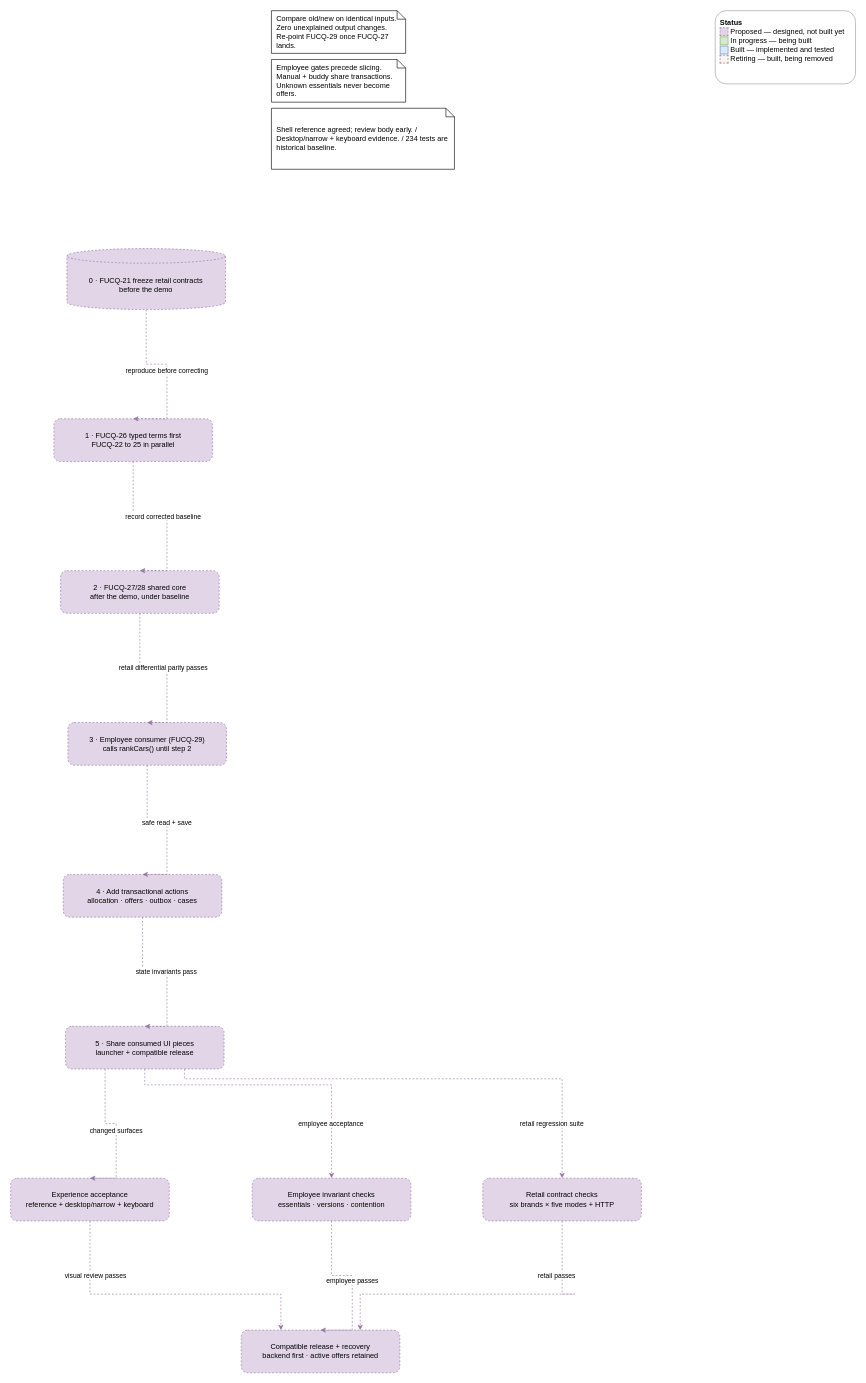
Above: page "04 Migration and regression protection" (7 of 12) of docs/design/high-level-design.drawio in garyscarter-ibm/vehicle-matcher (draw.io), before the change. Source tidied: cells renumbered, new cells numbered last; positions are measured from the earlier drawing's top-left corner, leaving out a move shared by most shapes. Both pictures are drawn from the tidied source at 61%, with x=0, y=0 at pixel (10, 10).
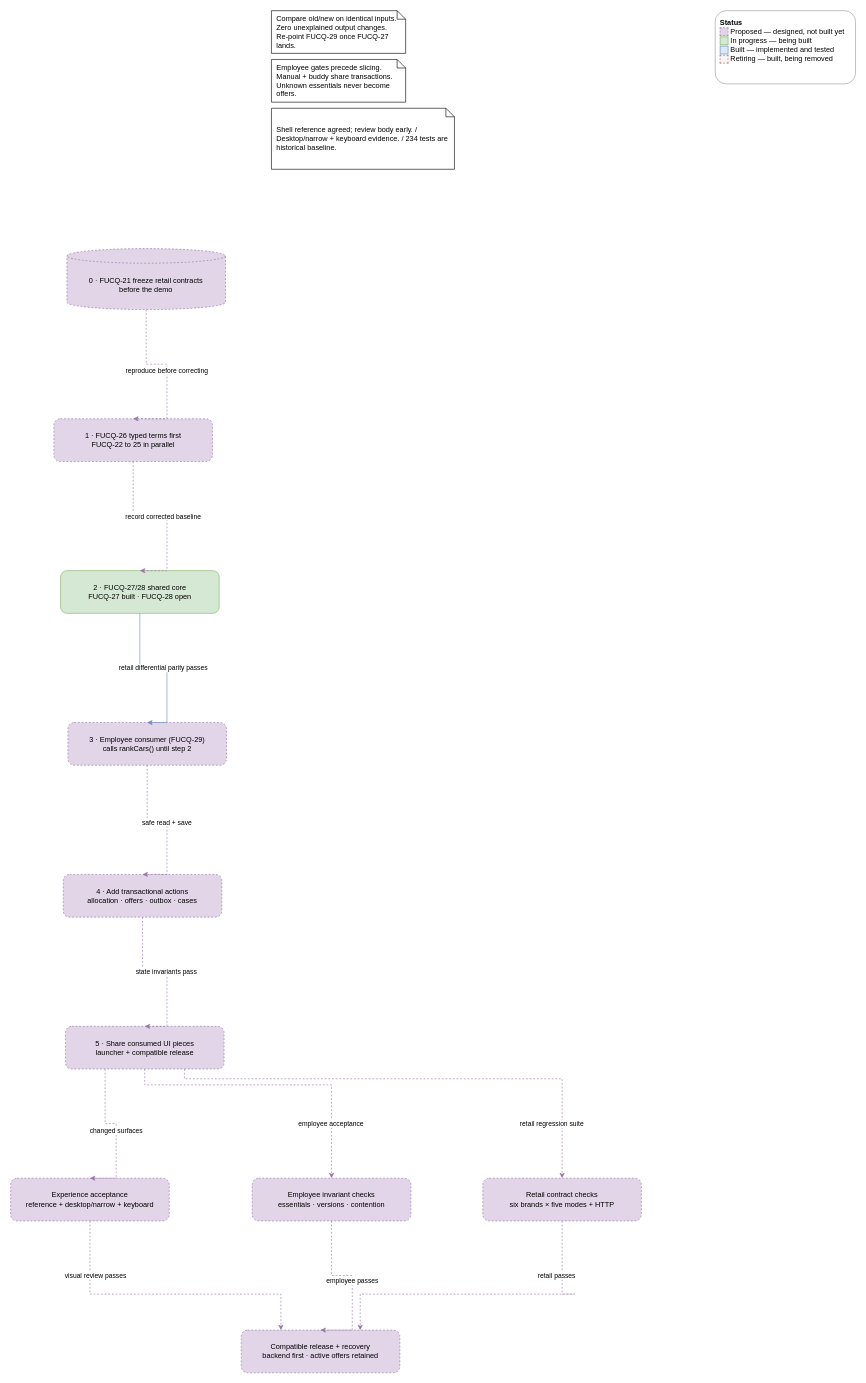
After the change.

Commit message (it also covers changes not shown here):
test+docs: retail profile isolation checks, README and HLD for FUCQ-27

The change refers to these unchanged cells:
```xml
<mxCell id="5" value="3 · Employee consumer (FUCQ-29)&lt;br&gt;calls rankCars() until step 2" style="rounded=1;whiteSpace=wrap;html=1;strokeColor=#9673a6;dashed=1;fillColor=#e1d5e7;" parent="1" vertex="1">
  <mxGeometry x="93.8" y="1167" width="260" height="70" as="geometry" />
</mxCell>
```

The edit, as a diff of the source:
```diff
@@
-    <mxCell id="4" value="2 · FUCQ-27/28 shared core&lt;br&gt;after the demo, under baseline" style="rounded=1;whiteSpace=wrap;html=1;strokeColor=#9673a6;dashed=1;fillColor=#e1d5e7;" parent="1" vertex="1">
+    <mxCell id="4" value="2 · FUCQ-27/28 shared core&lt;br&gt;FUCQ-27 built · FUCQ-28 open" style="rounded=1;whiteSpace=wrap;html=1;strokeColor=#82b366;fillColor=#d5e8d4;" parent="1" vertex="1">
       <mxGeometry x="81.8" y="918" width="260" height="70" as="geometry" />
     </mxCell>
@@
-    <mxCell id="26" value="retail differential parity passes" style="rounded=0;jettySize=auto;html=1;libavoidRouting=1;strokeColor=#9673a6;dashed=1;exitX=0.5;exitY=1;entryX=0.5;entryY=0;edgeStyle=orthogonalEdgeStyle;" parent="1" edge="1" source="4" target="5">
+    <mxCell id="26" value="retail differential parity passes" style="rounded=0;jettySize=auto;html=1;libavoidRouting=1;strokeColor=#6c8ebf;exitX=0.5;exitY=1;entryX=0.5;entryY=0;edgeStyle=orthogonalEdgeStyle;" parent="1" edge="1" source="4" target="5">
       <mxGeometry relative="1" as="geometry">
         <Array as="points">
           <mxPoint x="256.2" y="1077.5" />
         </Array>
       </mxGeometry>
     </mxCell>
```
